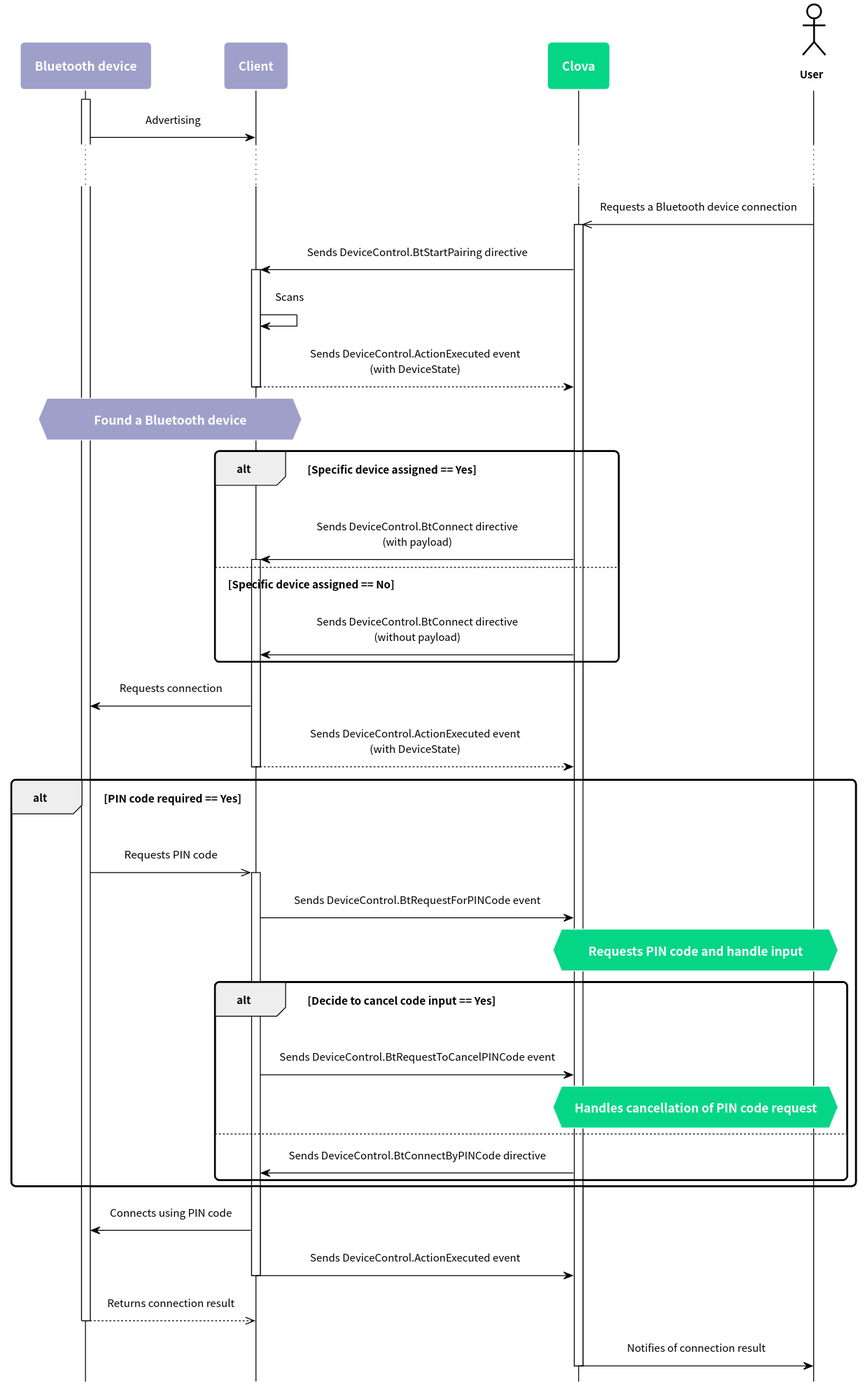
Earlier version of the PlantUML export en-KR/Develop/Assets/Images/CIC_DeviceControl_Work_Flow3.svg (muchokwon/clova-client-developer-guide).
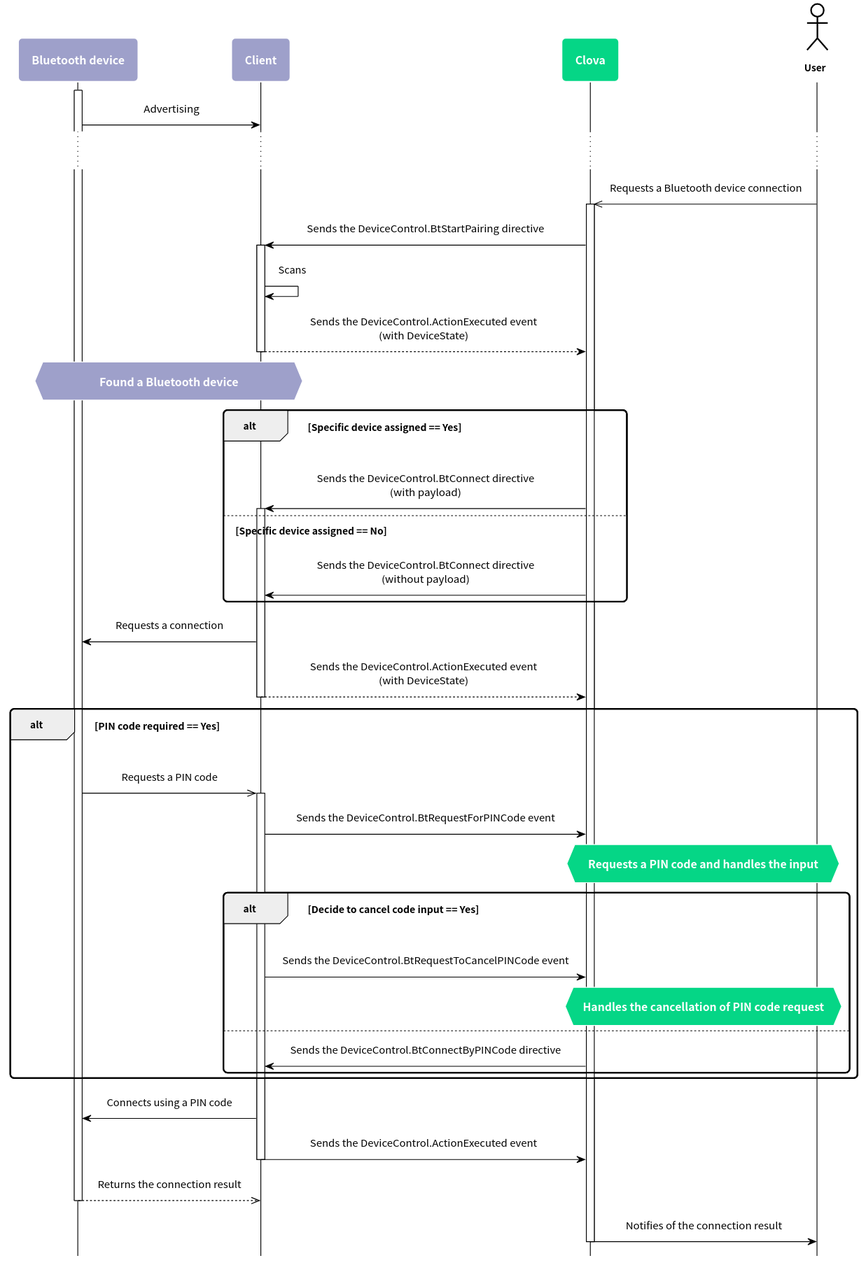
After the change.

Change to the diagram source:
```diff
@@ -58,48 +58,48 @@
 ...
 user ->> clova : Requests a Bluetooth device connection
 activate clova
-  clova -> client : Sends DeviceControl.BtStartPairing directive
+  clova -> client : Sends the DeviceControl.BtStartPairing directive
 
 activate client
   client -> client : Scans
-  client --> clova : Sends DeviceControl.ActionExecuted event\n(with DeviceState)
+  client --> clova : Sends the DeviceControl.ActionExecuted event\n(with DeviceState)
   hnote over client, device : Found a Bluetooth device
 deactivate client
 
  alt Specific device assigned == Yes
-	clova -> client : Sends DeviceControl.BtConnect directive\n(with payload)
+	clova -> client : Sends the DeviceControl.BtConnect directive\n(with payload)
 
 	activate client
  else Specific device assigned == No
-    clova -> client : Sends DeviceControl.BtConnect directive\n(without payload)
+    clova -> client : Sends the DeviceControl.BtConnect directive\n(without payload)
 end
 
-  client -> device : Requests connection
-  client --> clova : Sends DeviceControl.ActionExecuted event\n(with DeviceState)
+  client -> device : Requests a connection
+  client --> clova : Sends the DeviceControl.ActionExecuted event\n(with DeviceState)
 
 	deactivate client
   alt PIN code required == Yes
-	device ->> client : Requests PIN code
+	device ->> client : Requests a PIN code
 
 	activate client
-	client -> clova : Sends DeviceControl.BtRequestForPINCode event
-    hnote over clova, user #05D686 : Requests PIN code and handle input
+	client -> clova : Sends the DeviceControl.BtRequestForPINCode event
+    hnote over clova, user #05D686 : Requests a PIN code and handles the input
 
     alt Decide to cancel code input == Yes
-		client -> clova : Sends DeviceControl.BtRequestToCancelPINCode event
-		hnote over clova, user #05D686 : Handles cancellation of PIN code request
+		client -> clova : Sends the DeviceControl.BtRequestToCancelPINCode event
+		hnote over clova, user #05D686 : Handles the cancellation of PIN code request
     else
- 		clova -> client : Sends DeviceControl.BtConnectByPINCode directive
+ 		clova -> client : Sends the DeviceControl.BtConnectByPINCode directive
 	end
   end
-    client -> device : Connects using PIN code
-    client -> clova : Sends DeviceControl.ActionExecuted event
+    client -> device : Connects using a PIN code
+    client -> clova : Sends the DeviceControl.ActionExecuted event
 
 	deactivate client
-	device -->> client : Returns connection result
+	device -->> client : Returns the connection result
  deactivate device
 
-  clova -> user : Notifies of connection result
+  clova -> user : Notifies of the connection result
 
 deactivate clova
 
```
